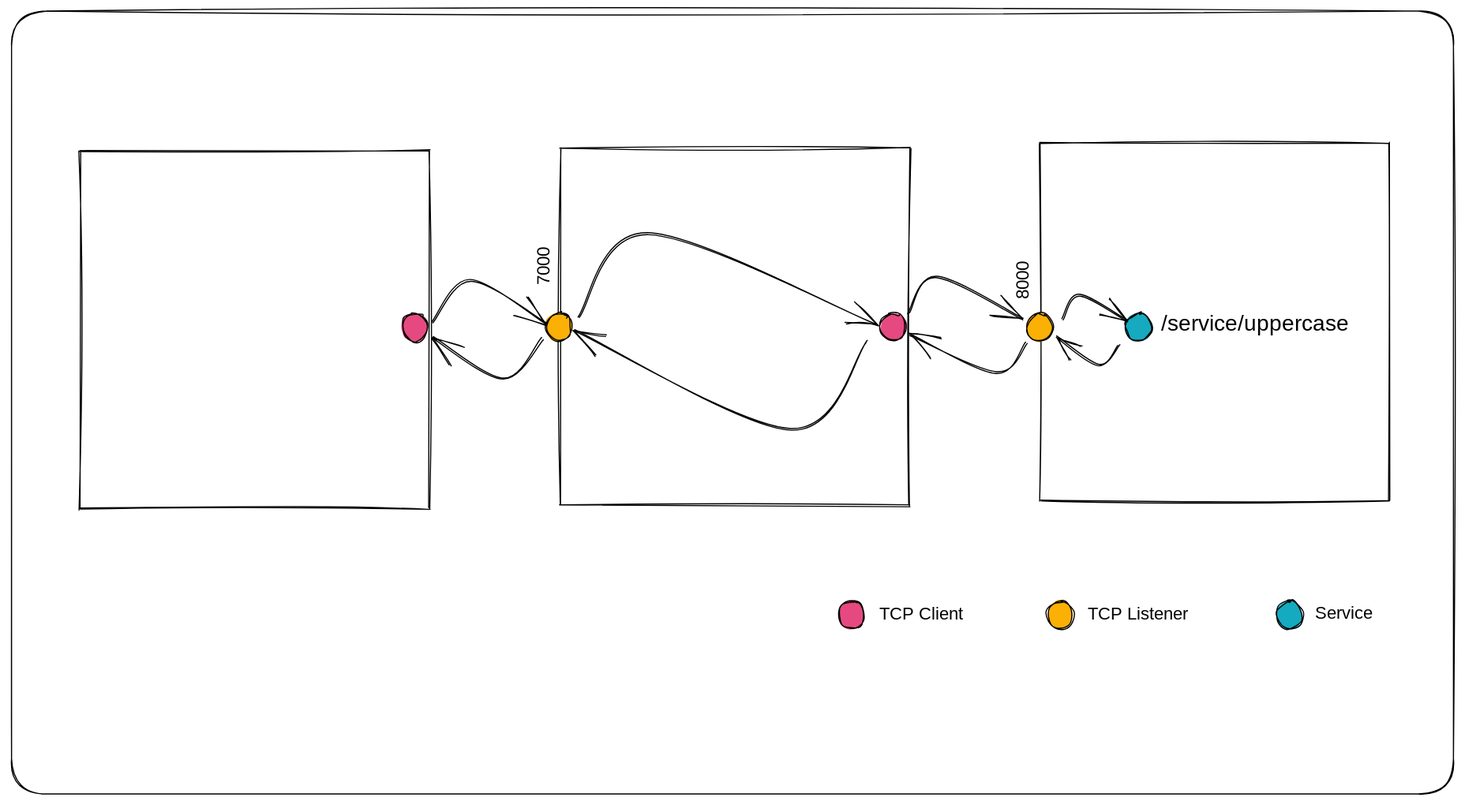
This is .gitbook/assets/file.excalidraw.svg from build-trust/ockam-documentation, a Excalidraw export, as it was before one commit. Source tidied: one line per element, renumbered; positions are measured from the earlier drawing's top-left corner, leaving out a move shared by most shapes.
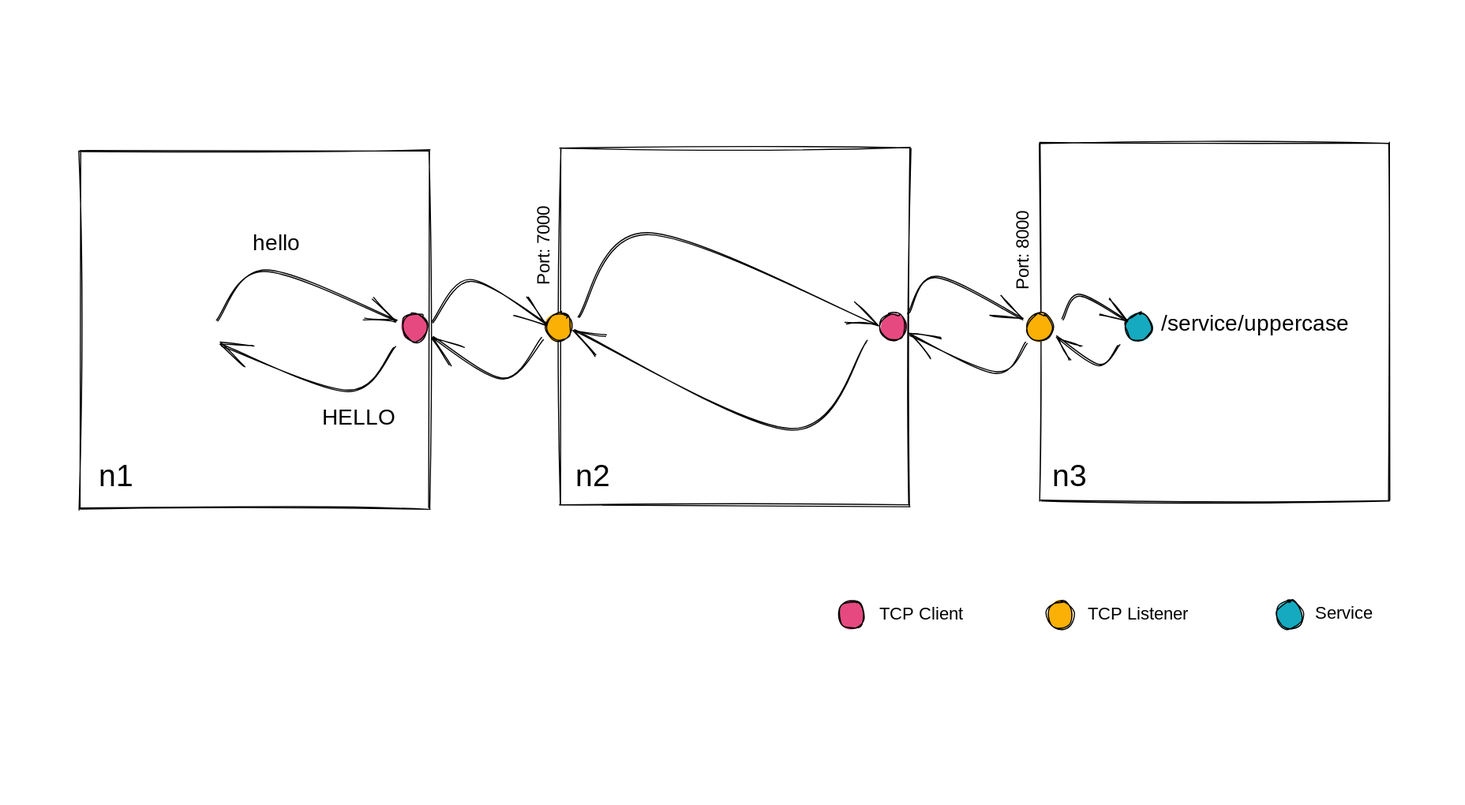
After the commit.

Commit message:
GITBOOK-907: change request with no subject merged in GitBook

What changed in the source:
```diff
@@ -1,12 +1,12 @@
-{"id": 0, "type": "rectangle", "strokeColor": "#000000", "strokeWidth": 1, "roughness": 1, "round": true, "x": 0, "y": 0, "width": 1305, "height": 709}
+{"id": 0, "type": "rectangle", "strokeColor": "transparent", "strokeWidth": 1, "roughness": 1, "round": true, "x": 0, "y": 0, "width": 1305, "height": 709}
 {"id": 1, "type": "rectangle", "strokeColor": "#000000", "strokeWidth": 1, "roughness": 1, "x": 931, "y": 119, "width": 316, "height": 324}
 {"id": 2, "type": "text", "text": "/service/uppercase", "strokeColor": "#000000", "strokeWidth": 1, "roughness": 1, "fontSize": 20, "fontFamily": 1, "x": 1041, "y": 271, "width": 184, "height": 25}
 {"id": 3, "type": "ellipse", "strokeColor": "#000000", "backgroundColor": "#15aabf", "fillStyle": "solid", "strokeWidth": 1, "roughness": 1, "round": true, "x": 1009, "y": 274, "width": 23, "height": 25}
 {"id": 4, "type": "ellipse", "strokeColor": "#000000", "backgroundColor": "#fab005", "fillStyle": "solid", "strokeWidth": 1, "roughness": 1, "round": true, "x": 920, "y": 274, "width": 23, "height": 25}
-{"id": 5, "type": "text", "text": "8000", "strokeColor": "#000000", "angle": 4.72, "strokeWidth": 1, "roughness": 1, "fontSize": 16, "fontFamily": 1, "x": 893, "y": 227, "width": 47, "height": 20}
+{"id": 5, "type": "text", "text": "Port: 8000", "strokeColor": "#000000", "angle": 4.72, "strokeWidth": 1, "roughness": 1, "fontSize": 16, "fontFamily": 1, "x": 869, "y": 195, "width": 95, "height": 20}
 {"id": 6, "type": "rectangle", "strokeColor": "#000000", "strokeWidth": 1, "roughness": 1, "x": 497, "y": 124, "width": 316, "height": 324}
 {"id": 7, "type": "rectangle", "strokeColor": "#000000", "strokeWidth": 1, "roughness": 1, "x": 62, "y": 127, "width": 316, "height": 324}
-{"id": 8, "type": "text", "text": "7000", "strokeColor": "#000000", "angle": 4.72, "strokeWidth": 1, "roughness": 1, "fontSize": 16, "fontFamily": 1, "x": 461, "y": 216, "width": 44, "height": 20}
+{"id": 8, "type": "text", "text": "Port: 7000", "strokeColor": "#000000", "angle": 4.72, "strokeWidth": 1, "roughness": 1, "fontSize": 16, "fontFamily": 1, "x": 437, "y": 193, "width": 91, "height": 20}
 {"id": 9, "type": "ellipse", "strokeColor": "#000000", "backgroundColor": "#fab005", "fillStyle": "solid", "strokeWidth": 1, "roughness": 1, "round": true, "x": 484, "y": 274, "width": 23, "height": 25}
 {"id": 10, "type": "ellipse", "strokeColor": "#000000", "backgroundColor": "#e64980", "fillStyle": "solid", "strokeWidth": 1, "roughness": 1, "round": true, "x": 787, "y": 274, "width": 23, "height": 25}
 {"id": 11, "type": "ellipse", "strokeColor": "#000000", "backgroundColor": "#e64980", "fillStyle": "solid", "strokeWidth": 1, "roughness": 1, "round": true, "x": 353, "y": 274, "width": 23, "height": 25}
@@ -24,3 +24,10 @@
 {"id": 23, "type": "arrow", "strokeColor": "#000000", "strokeWidth": 1, "roughness": 1, "endArrowhead": "arrow", "round": true, "from": 4, "to": 10, "x": 920, "y": 302, "width": 106, "height": 33, "points": [[0, 0], [-27, 25], [-106, -8]]}
 {"id": 24, "type": "arrow", "strokeColor": "#000000", "strokeWidth": 1, "roughness": 1, "endArrowhead": "arrow", "round": true, "from": 10, "to": 9, "x": 774, "y": 299, "width": 265, "height": 90, "points": [[0, 0], [-69, 79], [-265, -11]]}
 {"id": 25, "type": "arrow", "strokeColor": "#000000", "strokeWidth": 1, "roughness": 1, "endArrowhead": "arrow", "round": true, "from": 9, "to": 11, "x": 481, "y": 297, "width": 99, "height": 39, "points": [[0, 0], [-35, 37], [-99, -2]]}
+{"id": 26, "type": "arrow", "strokeColor": "#000000", "strokeWidth": 1, "roughness": 1, "endArrowhead": "arrow", "round": true, "to": 11, "x": 186, "y": 280, "width": 163, "height": 46, "points": [[0, 0], [44, -46], [163, 1]]}
+{"id": 27, "type": "arrow", "strokeColor": "#000000", "strokeWidth": 1, "roughness": 1, "endArrowhead": "arrow", "round": true, "from": 11, "x": 347, "y": 304, "width": 157, "height": 41, "points": [[0, 0], [-42, 39], [-157, -2]]}
+{"id": 28, "type": "text", "text": "n1", "strokeColor": "#000000", "strokeWidth": 1, "roughness": 1, "fontSize": 28, "fontFamily": 1, "x": 79, "y": 405, "width": 23, "height": 35}
+{"id": 29, "type": "text", "text": "n2", "strokeColor": "#000000", "strokeWidth": 1, "roughness": 1, "fontSize": 28, "fontFamily": 1, "x": 510, "y": 405, "width": 35, "height": 35}
+{"id": 30, "type": "text", "text": "n3", "strokeColor": "#000000", "strokeWidth": 1, "roughness": 1, "fontSize": 28, "fontFamily": 1, "x": 942, "y": 405, "width": 34, "height": 35}
+{"id": 31, "type": "text", "text": "hello", "strokeColor": "#000000", "strokeWidth": 1, "roughness": 1, "fontSize": 20, "fontFamily": 1, "x": 218, "y": 198, "width": 44, "height": 25}
+{"id": 32, "type": "text", "text": "HELLO", "strokeColor": "#000000", "strokeWidth": 1, "roughness": 1, "fontSize": 20, "fontFamily": 1, "x": 281, "y": 356, "width": 65, "height": 25}
```
